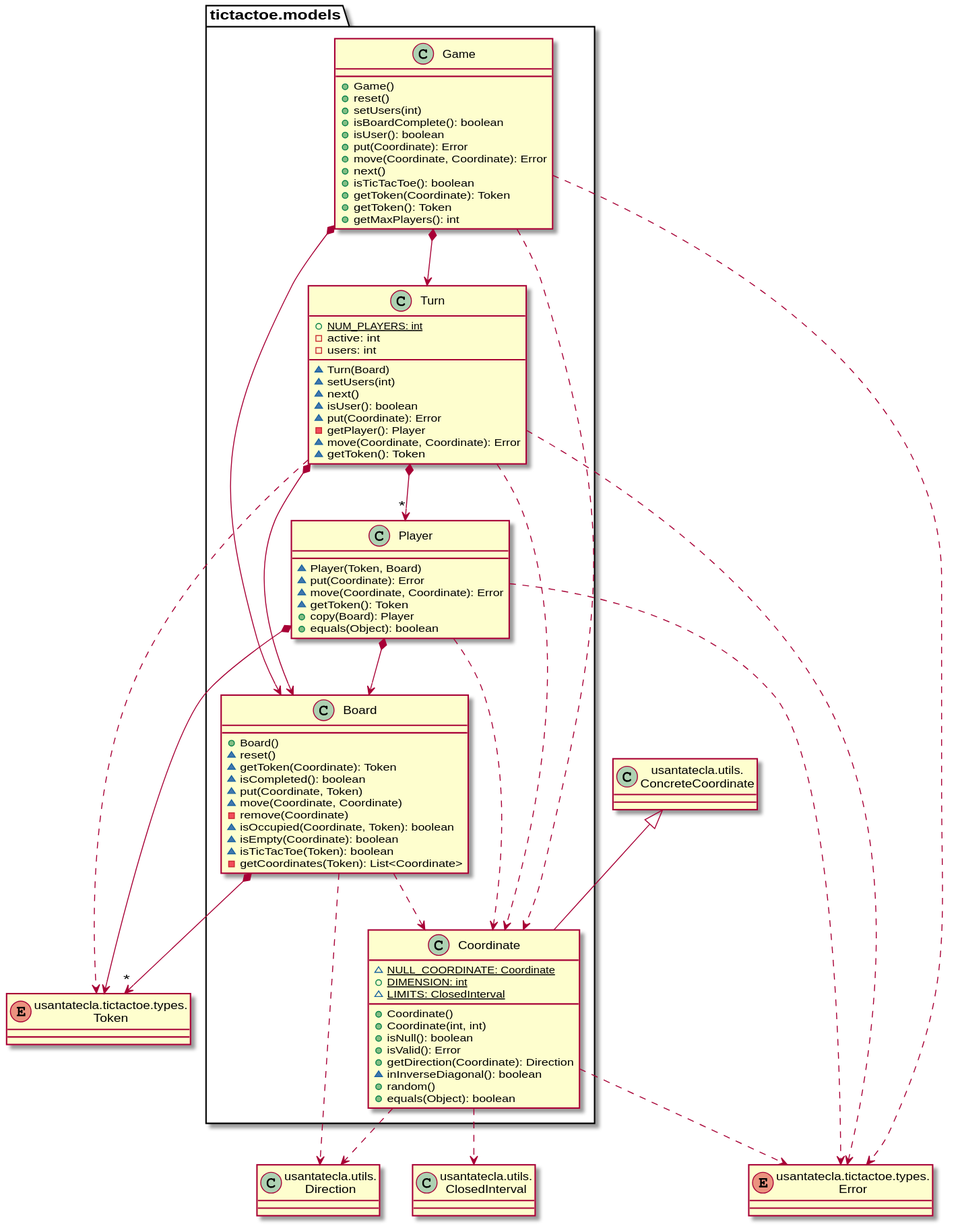
Above: modelViewPresenter/presentationModel/withFacade/docs/diagrams/out/paquetes/paqueteTicTactoeModels.svg in Jolucaa/USantaTecla-project-ticTacToe (PlantUML), before the change.
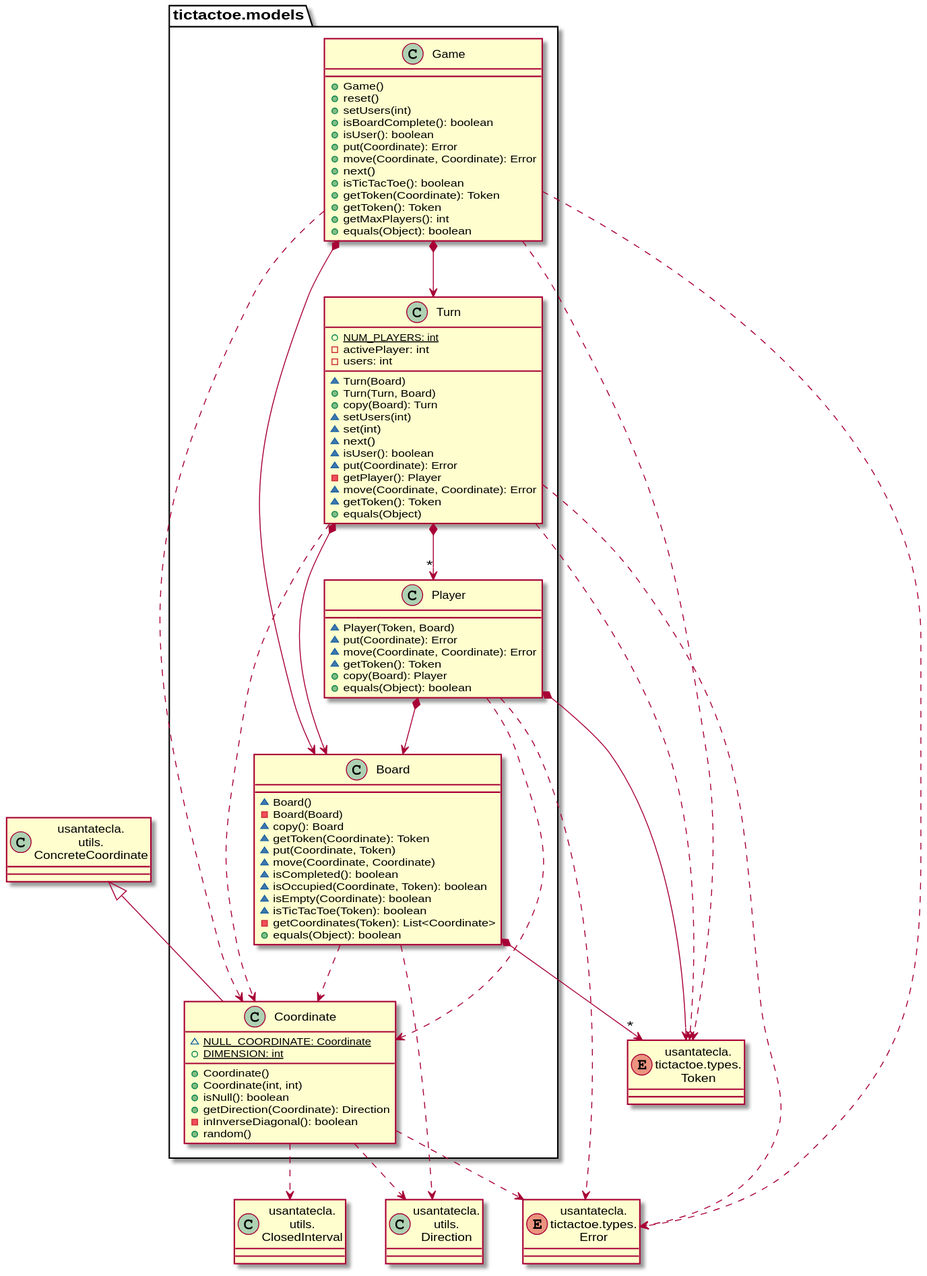
The same diagram one commit later.

What changed in the source:
```diff
@@ -1,9 +1,9 @@
 @startuml
-class ClosedInterval as "usantatecla.utils.\nClosedInterval" {}
-class ConcreteCoordinate as "usantatecla.utils.\nConcreteCoordinate" {}
-class Direction as "usantatecla.utils.\nDirection" {}
-enum Error as "usantatecla.tictactoe.types.\nError" {}
-enum Token as "usantatecla.tictactoe.types.\nToken" {}
+class ClosedInterval as "usantatecla.\nutils.\nClosedInterval"
+class ConcreteCoordinate as "usantatecla.\nutils.\nConcreteCoordinate"
+class Direction as "usantatecla.\nutils.\nDirection"
+enum Error as "usantatecla.\ntictactoe.types.\nError"
+enum Token as "usantatecla.\ntictactoe.types.\nToken"
 
 class tictactoe.models.Game {
   + Game()
@@ -18,24 +18,27 @@
   + getToken(Coordinate): Token
   + getToken(): Token
   + getMaxPlayers(): int
+  + equals(Object): boolean
 }
 tictactoe.models.Game *-down-> tictactoe.models.Board
 tictactoe.models.Game *-down-> tictactoe.models.Turn
 tictactoe.models.Game .down.> tictactoe.models.Coordinate
 tictactoe.models.Game .down.> Error
+tictactoe.models.Game .down.> Token
 
 class tictactoe.models.Board {
-  + Board()
-  ~ reset()
+  ~ Board()
+  - Board(Board)
+  ~ copy(): Board
   ~ getToken(Coordinate): Token
-  ~ isCompleted(): boolean
   ~ put(Coordinate, Token)
   ~ move(Coordinate, Coordinate)
-  - remove(Coordinate)
+  ~ isCompleted(): boolean
   ~ isOccupied(Coordinate, Token): boolean
   ~ isEmpty(Coordinate): boolean
   ~ isTicTacToe(Token): boolean
   - getCoordinates(Token): List<Coordinate>
+  + equals(Object): boolean
 }
 
 tictactoe.models.Board *-down-> "*" Token
@@ -44,36 +47,37 @@
 
 class tictactoe.models.Turn {
   + {static} NUM_PLAYERS: int
-  - active: int
+  - activePlayer: int
   - users: int
   ~ Turn(Board)
+  + Turn(Turn, Board)
+  + copy(Board): Turn
   ~ setUsers(int)
+  ~ set(int)
   ~ next()
   ~ isUser(): boolean
   ~ put(Coordinate): Error
   - getPlayer(): Player
   ~ move(Coordinate, Coordinate): Error
   ~ getToken(): Token
+  + equals(Object)
 }
 
 tictactoe.models.Turn *-down-> "*" tictactoe.models.Player
 tictactoe.models.Turn *-down-> tictactoe.models.Board
-tictactoe.models.Turn .down.-> tictactoe.models.Coordinate
-tictactoe.models.Turn .down.-> Token
-tictactoe.models.Turn .down.-> Error
+tictactoe.models.Turn .down.> tictactoe.models.Coordinate
+tictactoe.models.Turn .down.> Token
+tictactoe.models.Turn .down.> Error
 
 class tictactoe.models.Coordinate {
   ~ {static} NULL_COORDINATE: Coordinate
   + {static} DIMENSION: int
-  ~ {static} LIMITS: ClosedInterval
   + Coordinate()
   + Coordinate(int, int)
   + isNull(): boolean
-  + isValid(): Error
   + getDirection(Coordinate): Direction
-  ~ inInverseDiagonal(): boolean
+  - inInverseDiagonal(): boolean
   + random()
-  + equals(Object): boolean
 }
 ConcreteCoordinate <|-down- tictactoe.models.Coordinate
 tictactoe.models.Coordinate .down.> Error
```
